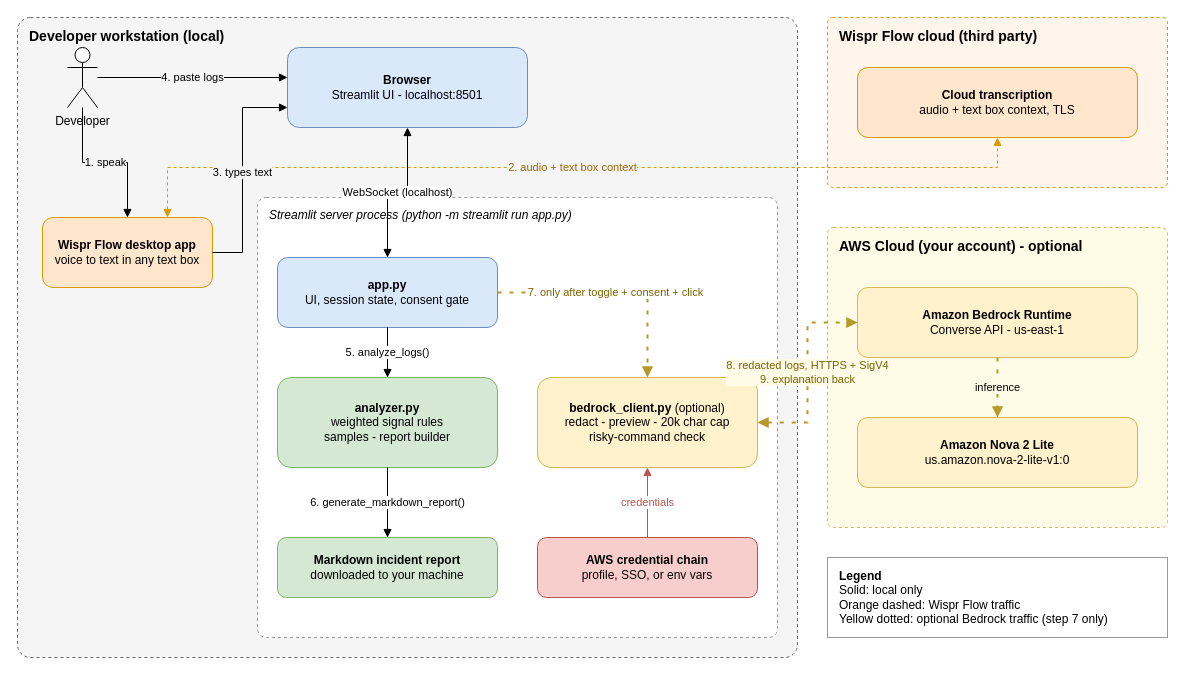
dineshrajdhanapathyDD/VoiceOps-AI keeps this draw.io diagram as docs/architecture.drawio. Above is the earlier version. Source tidied: cells renumbered, new cells numbered last; positions are measured from the earlier drawing's top-left corner, leaving out a move shared by most shapes. Both pictures are drawn from the tidied source at 100%, with x=0, y=0 at pixel (17, 17).
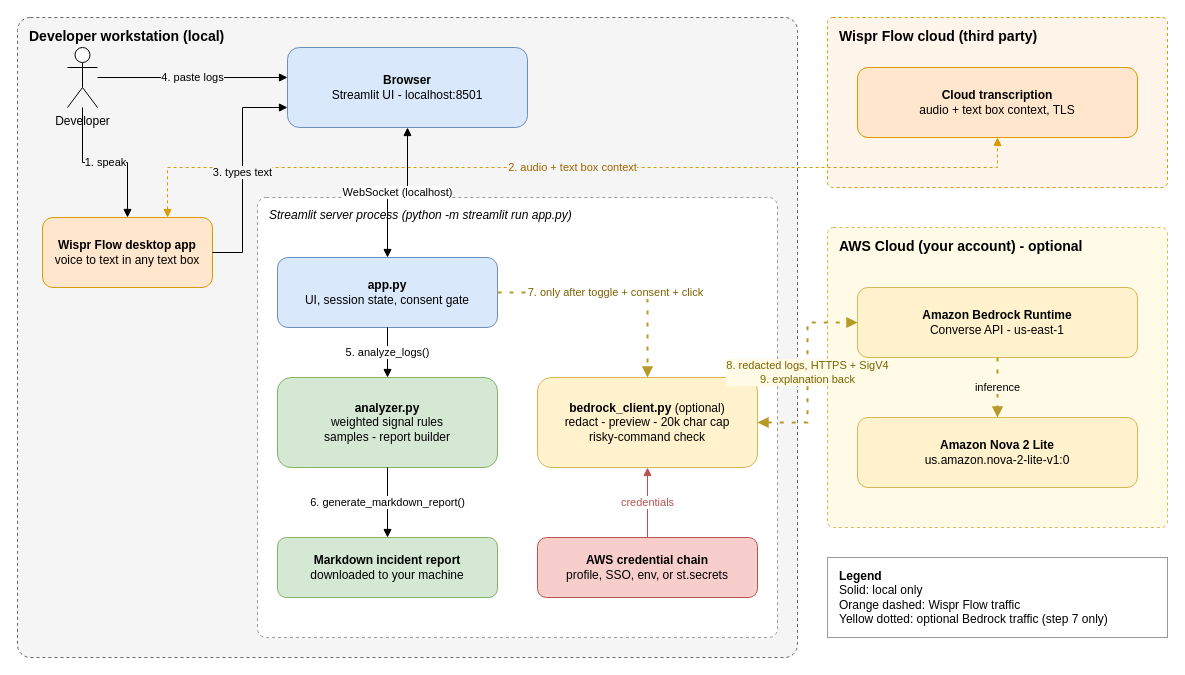
After the change.

Diff of the diagram source:
```diff
@@
-    <mxCell id="13" value="&lt;b&gt;AWS credential chain&lt;/b&gt;&lt;br&gt;profile, SSO, or env vars" style="rounded=1;whiteSpace=wrap;html=1;fillColor=#f8cecc;strokeColor=#b85450;" parent="1" vertex="1">
+    <mxCell id="13" value="&lt;b&gt;AWS credential chain&lt;/b&gt;&lt;br&gt;profile, SSO, env, or st.secrets" style="rounded=1;whiteSpace=wrap;html=1;fillColor=#f8cecc;strokeColor=#b85450;" parent="1" vertex="1">
       <mxGeometry x="520" y="520" width="220" height="60" as="geometry" />
     </mxCell>
```
